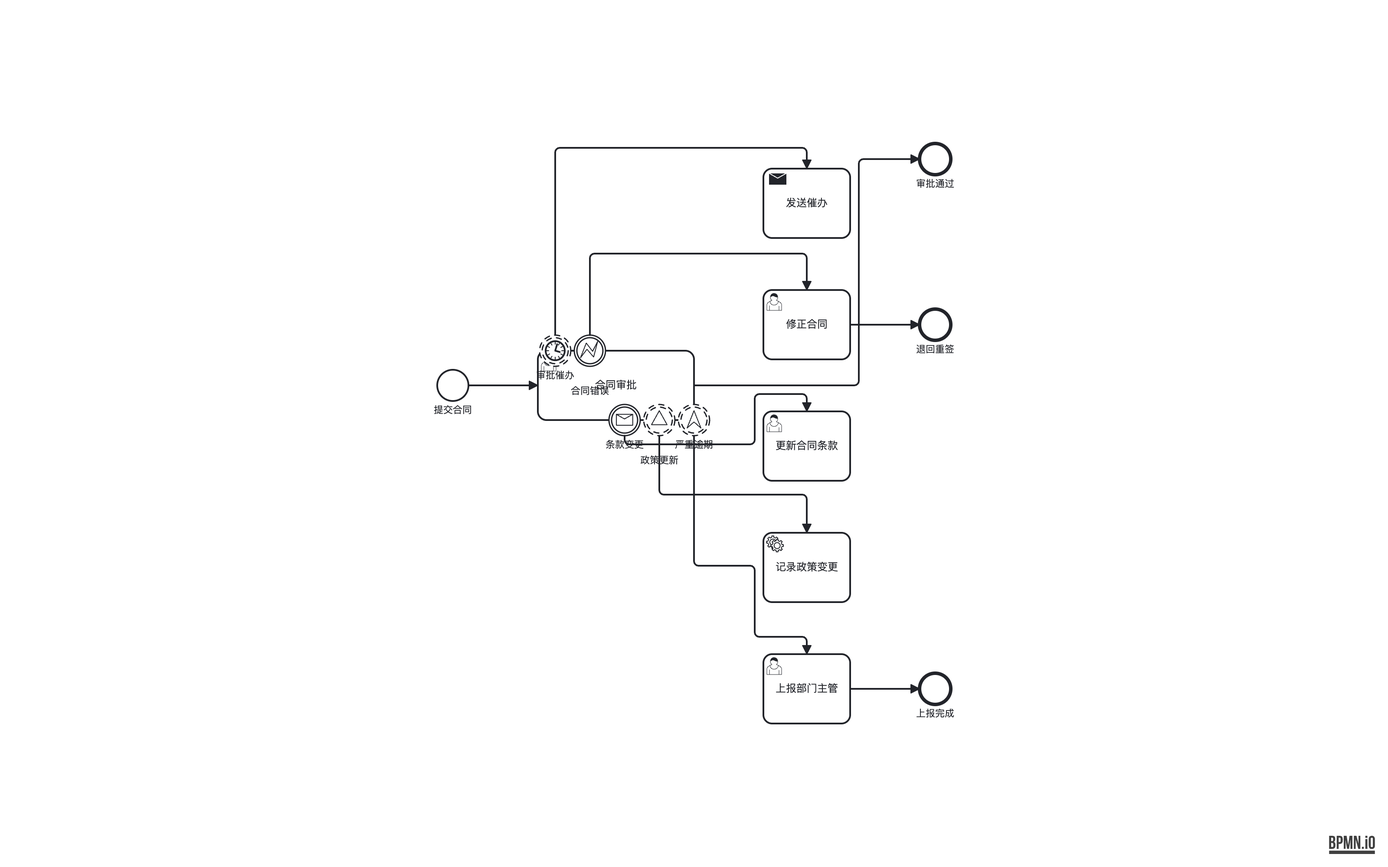
Above: out-bpmn-png/83-five-boundaries-one-host.png in LcpMarvel/tramito-layout (BPMN), before the change. Its source is kept beside it as out-xml/83-five-boundaries-one-host.bpmn. Ids are renumbered.
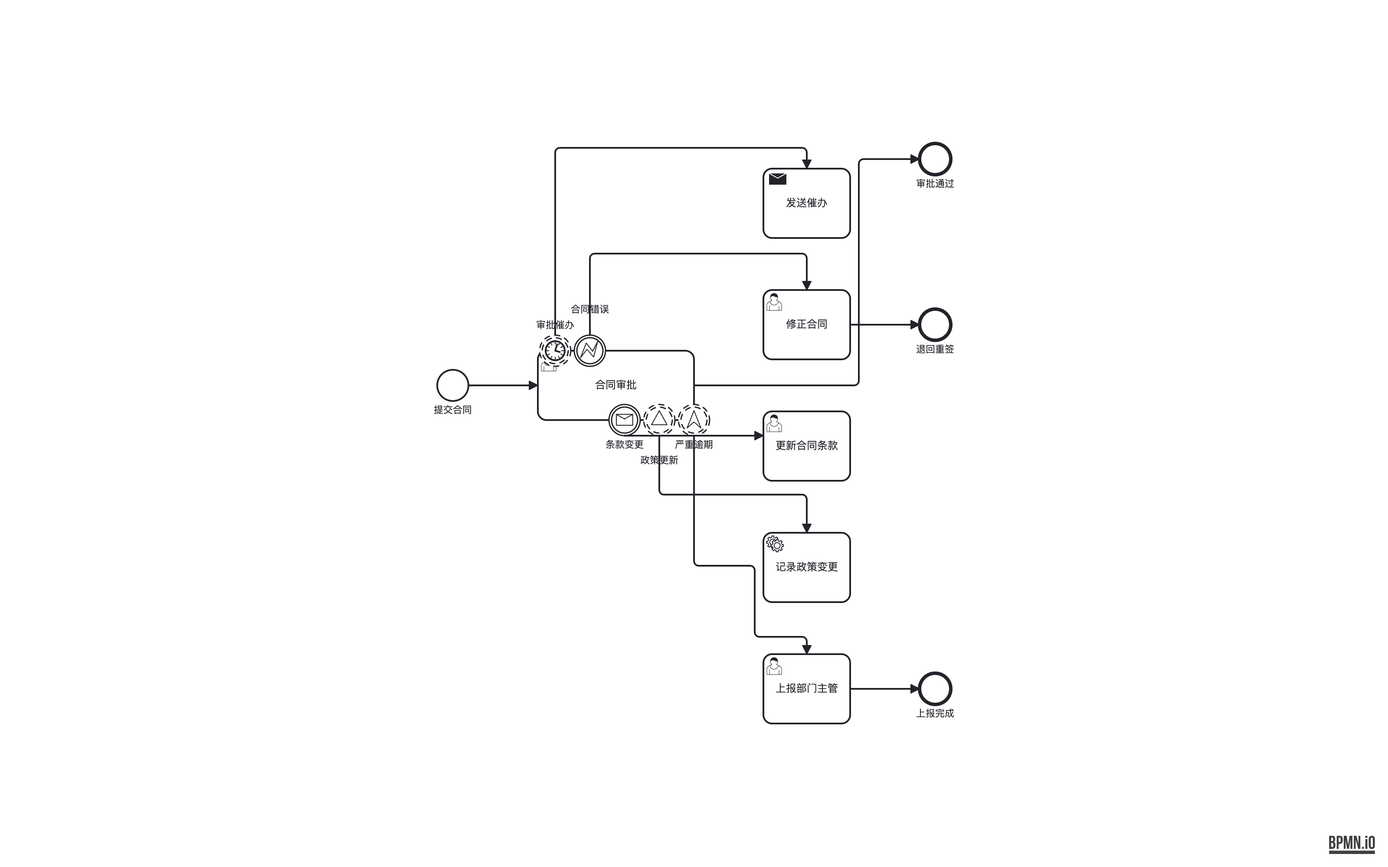
Above is the later version.

Change to the diagram source:
```diff
@@ -174,8 +174,7 @@
       </bpmndi:BPMNEdge>
       <bpmndi:BPMNEdge id="flow_bd_msg_update_di" bpmnElement="flow_bd_msg_update">
         <di:waypoint x="278" y="369" />
-        <di:waypoint x="278" y="415" />
-        <di:waypoint x="438" y="415" />
+        <di:waypoint x="438" y="369" />
       </bpmndi:BPMNEdge>
       <bpmndi:BPMNEdge id="flow_bd_signal_log_di" bpmnElement="flow_bd_signal_log">
         <di:waypoint x="318" y="369" />
```
